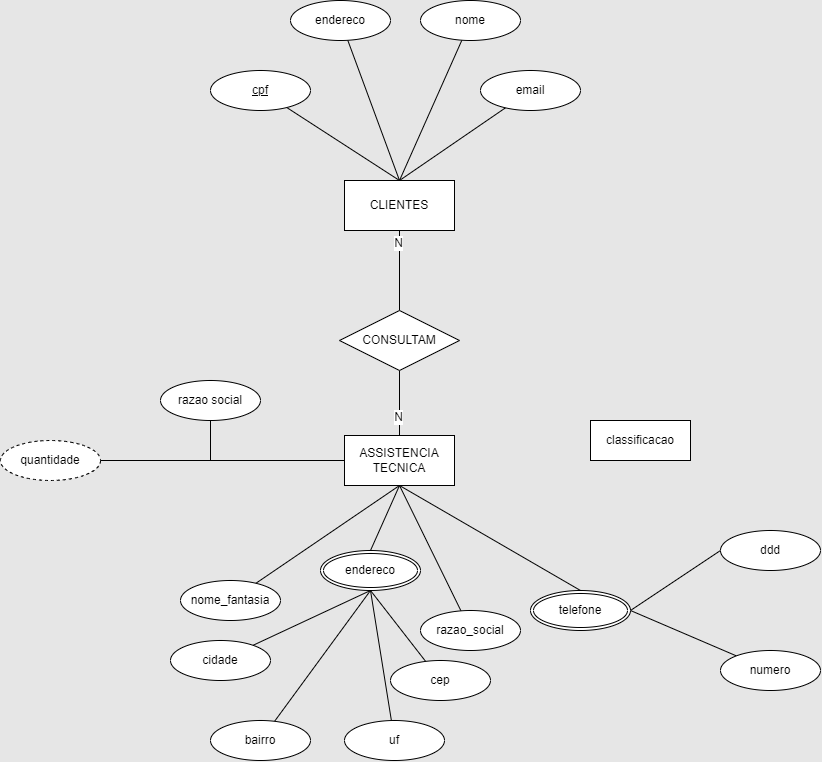
Above: puc2024.2/bcd/cardinalidades/assistenciatecnica.drawio.png in batista29/puc (draw.io), before the change. Source tidied: cells renumbered, new cells last; positions are measured from the earlier drawing's top-left corner, leaving out a move shared by most shapes.
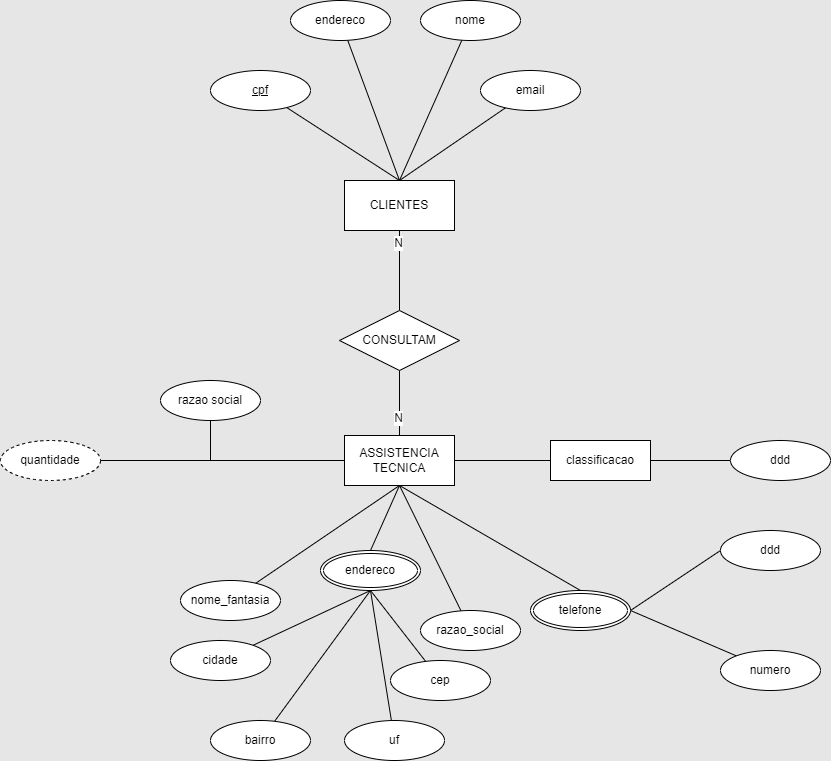
Above is the later version.

Commit message:
Assistencia tecnica

What changed in the source:
```diff
@@ -2,6 +2,9 @@
   <root>
     <mxCell id="0" />
     <mxCell id="1" parent="0" />
+    <mxCell id="42" style="edgeStyle=orthogonalEdgeStyle;rounded=0;jettySize=auto;html=1;entryX=0;entryY=0.5;entryDx=0;entryDy=0;endArrow=none;endFill=0;" parent="1" edge="1" source="2" target="41">
+      <mxGeometry relative="1" as="geometry" />
+    </mxCell>
     <mxCell id="2" value="ASSISTENCIA TECNICA" style="html=1;whiteSpace=wrap;" parent="1" vertex="1">
       <mxGeometry x="344" y="435" width="110" height="50" as="geometry" />
     </mxCell>
@@ -119,8 +122,14 @@
     <mxCell id="40" value="razao social" style="ellipse;whiteSpace=wrap;html=1;align=center;" parent="1" vertex="1">
       <mxGeometry x="160" y="380" width="100" height="40" as="geometry" />
     </mxCell>
+    <mxCell id="43" style="edgeStyle=orthogonalEdgeStyle;rounded=0;jettySize=auto;html=1;entryX=0;entryY=0.5;entryDx=0;entryDy=0;endArrow=none;endFill=0;" parent="1" edge="1" source="41" target="44">
+      <mxGeometry relative="1" as="geometry" />
+    </mxCell>
     <mxCell id="41" value="classificacao" style="whiteSpace=wrap;html=1;align=center;" parent="1" vertex="1">
-      <mxGeometry x="590" y="420" width="100" height="40" as="geometry" />
+      <mxGeometry x="550" y="440" width="100" height="40" as="geometry" />
     </mxCell>
+    <mxCell id="44" value="ddd" style="ellipse;whiteSpace=wrap;html=1;align=center;" parent="1" vertex="1">
+      <mxGeometry x="730" y="440" width="100" height="40" as="geometry" />
+    </mxCell>
   </root>
 </mxGraphModel>
```
